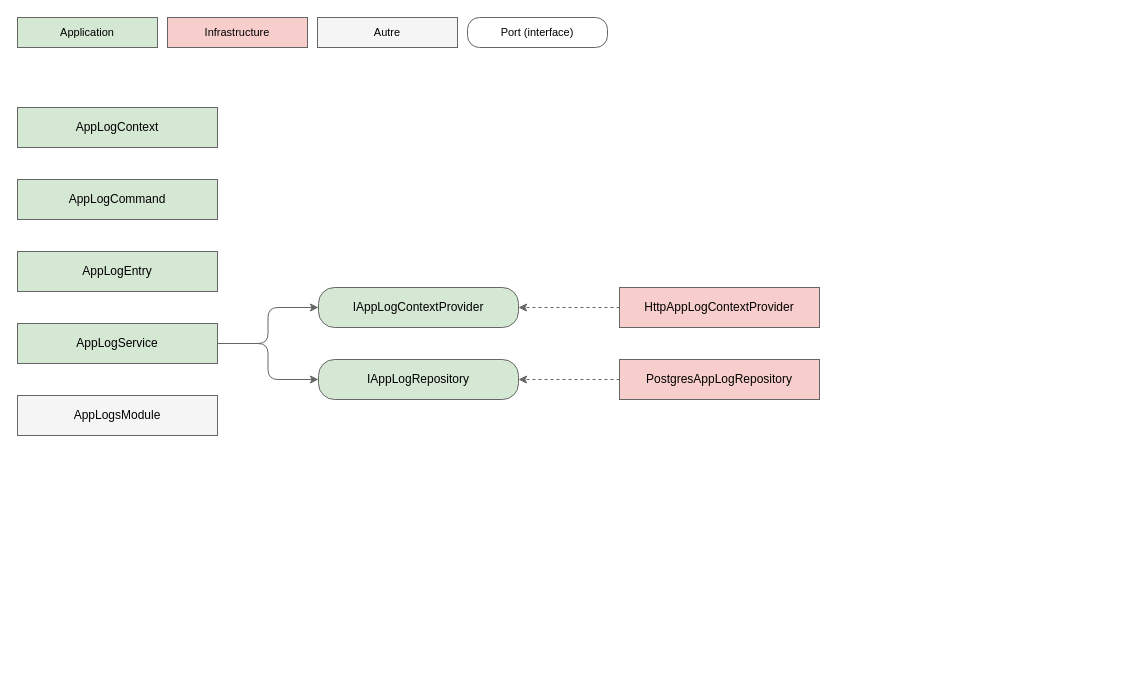
Above: api/docs/diagrams/Core/AppLogs/applogs.drawio in huiitre/Tools-app (draw.io), before the change. Source tidied: cells renumbered, new cells numbered last; positions are measured from the earlier drawing's top-left corner, leaving out a move shared by most shapes. Both pictures are drawn from the tidied source at 100%, with x=0, y=0 at pixel (17, 17).
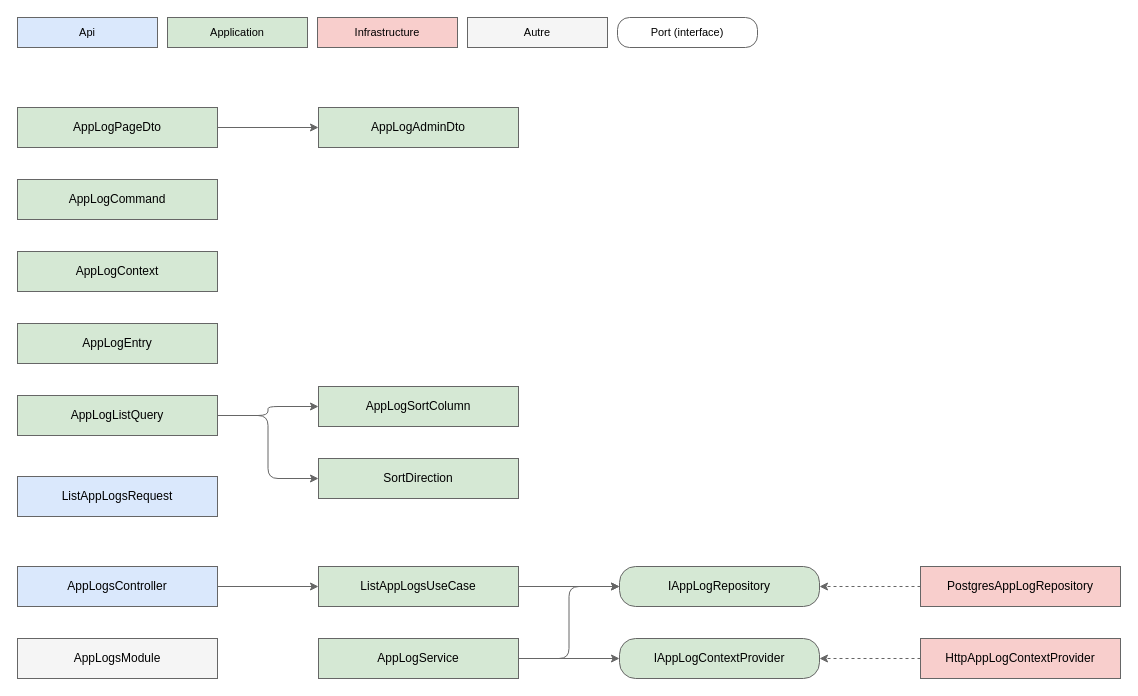
The same page after the edit.

Change to the diagram source:
```diff
@@
+    <mxCell id="19" value="Api" style="rounded=0;whiteSpace=wrap;html=1;fillColor=#dae8fc;strokeColor=#666666;fontSize=11;" parent="1" vertex="1">
+      <mxGeometry width="140" height="30" as="geometry" />
+    </mxCell>
     <mxCell id="2" value="Application" style="rounded=0;whiteSpace=wrap;html=1;fillColor=#d5e8d4;strokeColor=#666666;fontSize=11;" parent="1" vertex="1">
-      <mxGeometry width="140" height="30" as="geometry" />
+      <mxGeometry x="150" width="140" height="30" as="geometry" />
     </mxCell>
     <mxCell id="3" value="Infrastructure" style="rounded=0;whiteSpace=wrap;html=1;fillColor=#f8cecc;strokeColor=#666666;fontSize=11;" parent="1" vertex="1">
-      <mxGeometry x="150" width="140" height="30" as="geometry" />
+      <mxGeometry x="300" width="140" height="30" as="geometry" />
     </mxCell>
     <mxCell id="4" value="Autre" style="rounded=0;whiteSpace=wrap;html=1;fillColor=#f5f5f5;strokeColor=#666666;fontSize=11;" parent="1" vertex="1">
-      <mxGeometry x="300" width="140" height="30" as="geometry" />
+      <mxGeometry x="450" width="140" height="30" as="geometry" />
     </mxCell>
     <mxCell id="5" value="Port (interface)" style="rounded=1;arcSize=40;whiteSpace=wrap;html=1;fillColor=#ffffff;strokeColor=#666666;fontSize=11;dashed=0;" parent="1" vertex="1">
-      <mxGeometry x="450" width="140" height="30" as="geometry" />
+      <mxGeometry x="600" width="140" height="30" as="geometry" />
     </mxCell>
+    <mxCell id="20" value="AppLogAdminDto" style="rounded=0;whiteSpace=wrap;html=1;fillColor=#d5e8d4;strokeColor=#666666;" parent="1" vertex="1">
+      <mxGeometry x="301" y="90" width="200" height="40" as="geometry" />
+    </mxCell>
@@
     <mxCell id="7" value="AppLogContext" style="rounded=0;whiteSpace=wrap;html=1;fillColor=#d5e8d4;strokeColor=#666666;" parent="1" vertex="1">
-      <mxGeometry y="90" width="200" height="40" as="geometry" />
+      <mxGeometry y="234" width="200" height="40" as="geometry" />
     </mxCell>
     <mxCell id="8" value="AppLogEntry" style="rounded=0;whiteSpace=wrap;html=1;fillColor=#d5e8d4;strokeColor=#666666;" parent="1" vertex="1">
-      <mxGeometry y="234" width="200" height="40" as="geometry" />
+      <mxGeometry y="306" width="200" height="40" as="geometry" />
     </mxCell>
+    <mxCell id="21" value="AppLogListQuery" style="rounded=0;whiteSpace=wrap;html=1;fillColor=#d5e8d4;strokeColor=#666666;" parent="1" vertex="1">
+      <mxGeometry y="378" width="200" height="40" as="geometry" />
+    </mxCell>
+    <mxCell id="22" value="AppLogPageDto" style="rounded=0;whiteSpace=wrap;html=1;fillColor=#d5e8d4;strokeColor=#666666;" parent="1" vertex="1">
+      <mxGeometry y="90" width="200" height="40" as="geometry" />
+    </mxCell>
     <mxCell id="9" value="AppLogService" style="rounded=0;whiteSpace=wrap;html=1;fillColor=#d5e8d4;strokeColor=#666666;" parent="1" vertex="1">
-      <mxGeometry y="306" width="200" height="40" as="geometry" />
+      <mxGeometry x="301" y="621" width="200" height="40" as="geometry" />
     </mxCell>
+    <mxCell id="23" value="AppLogSortColumn" style="rounded=0;whiteSpace=wrap;html=1;fillColor=#d5e8d4;strokeColor=#666666;" parent="1" vertex="1">
+      <mxGeometry x="301" y="369" width="200" height="40" as="geometry" />
+    </mxCell>
+    <mxCell id="24" value="AppLogsController" style="rounded=0;whiteSpace=wrap;html=1;fillColor=#dae8fc;strokeColor=#666666;" parent="1" vertex="1">
+      <mxGeometry y="549" width="200" height="40" as="geometry" />
+    </mxCell>
     <mxCell id="10" value="AppLogsModule" style="rounded=0;whiteSpace=wrap;html=1;fillColor=#f5f5f5;strokeColor=#666666;" parent="1" vertex="1">
-      <mxGeometry y="378" width="200" height="40" as="geometry" />
+      <mxGeometry y="621" width="200" height="40" as="geometry" />
     </mxCell>
     <mxCell id="11" value="HttpAppLogContextProvider" style="rounded=0;whiteSpace=wrap;html=1;fillColor=#f8cecc;strokeColor=#666666;" parent="1" vertex="1">
-      <mxGeometry x="602" y="270" width="200" height="40" as="geometry" />
+      <mxGeometry x="903" y="621" width="200" height="40" as="geometry" />
     </mxCell>
     <mxCell id="12" value="IAppLogContextProvider" style="rounded=1;arcSize=40;whiteSpace=wrap;html=1;fillColor=#d5e8d4;strokeColor=#666666;" parent="1" vertex="1">
-      <mxGeometry x="301" y="270" width="200" height="40" as="geometry" />
+      <mxGeometry x="602" y="621" width="200" height="40" as="geometry" />
     </mxCell>
     <mxCell id="13" value="IAppLogRepository" style="rounded=1;arcSize=40;whiteSpace=wrap;html=1;fillColor=#d5e8d4;strokeColor=#666666;" parent="1" vertex="1">
-      <mxGeometry x="301" y="342" width="200" height="40" as="geometry" />
+      <mxGeometry x="602" y="549" width="200" height="40" as="geometry" />
     </mxCell>
+    <mxCell id="25" value="ListAppLogsRequest" style="rounded=0;whiteSpace=wrap;html=1;fillColor=#dae8fc;strokeColor=#666666;" parent="1" vertex="1">
+      <mxGeometry y="459" width="200" height="40" as="geometry" />
+    </mxCell>
+    <mxCell id="26" value="ListAppLogsUseCase" style="rounded=0;whiteSpace=wrap;html=1;fillColor=#d5e8d4;strokeColor=#666666;" parent="1" vertex="1">
+      <mxGeometry x="301" y="549" width="200" height="40" as="geometry" />
+    </mxCell>
     <mxCell id="14" value="PostgresAppLogRepository" style="rounded=0;whiteSpace=wrap;html=1;fillColor=#f8cecc;strokeColor=#666666;" parent="1" vertex="1">
-      <mxGeometry x="602" y="342" width="200" height="40" as="geometry" />
+      <mxGeometry x="903" y="549" width="200" height="40" as="geometry" />
     </mxCell>
+    <mxCell id="27" value="SortDirection" style="rounded=0;whiteSpace=wrap;html=1;fillColor=#d5e8d4;strokeColor=#666666;" parent="1" vertex="1">
+      <mxGeometry x="301" y="441" width="200" height="40" as="geometry" />
+    </mxCell>
-    <mxCell id="15" style="edgeStyle=orthogonalEdgeStyle;rounded=1;html=1;jettySize=auto;exitX=1;exitY=0.5;entryX=0;entryY=0.5;exitDx=0;exitDy=0;entryDx=0;entryDy=0;strokeColor=#666666;" parent="1" edge="1" source="9" target="12">
+    <mxCell id="15" style="edgeStyle=orthogonalEdgeStyle;rounded=1;html=1;jettySize=auto;exitX=1;exitY=0.5;entryX=0;entryY=0.5;exitDx=0;exitDy=0;entryDx=0;entryDy=0;strokeColor=#666666;" parent="1" edge="1" source="21" target="23">
       <mxGeometry relative="1" as="geometry" />
     </mxCell>
-    <mxCell id="16" style="edgeStyle=orthogonalEdgeStyle;rounded=1;html=1;jettySize=auto;exitX=1;exitY=0.5;entryX=0;entryY=0.5;exitDx=0;exitDy=0;entryDx=0;entryDy=0;strokeColor=#666666;" parent="1" edge="1" source="9" target="13">
+    <mxCell id="16" style="edgeStyle=orthogonalEdgeStyle;rounded=1;html=1;jettySize=auto;exitX=1;exitY=0.5;entryX=0;entryY=0.5;exitDx=0;exitDy=0;entryDx=0;entryDy=0;strokeColor=#666666;" parent="1" edge="1" source="21" target="27">
       <mxGeometry relative="1" as="geometry" />
     </mxCell>
-    <mxCell id="17" style="edgeStyle=orthogonalEdgeStyle;rounded=1;html=1;jettySize=auto;exitX=0;exitY=0.5;entryX=1;entryY=0.5;exitDx=0;exitDy=0;entryDx=0;entryDy=0;strokeColor=#666666;dashed=1;" parent="1" edge="1" source="11" target="12">
+    <mxCell id="17" style="edgeStyle=orthogonalEdgeStyle;rounded=1;html=1;jettySize=auto;exitX=1;exitY=0.5;entryX=0;entryY=0.5;exitDx=0;exitDy=0;entryDx=0;entryDy=0;strokeColor=#666666;" parent="1" edge="1" source="22" target="20">
       <mxGeometry relative="1" as="geometry" />
     </mxCell>
-    <mxCell id="18" style="edgeStyle=orthogonalEdgeStyle;rounded=1;html=1;jettySize=auto;exitX=0;exitY=0.5;entryX=1;entryY=0.5;exitDx=0;exitDy=0;entryDx=0;entryDy=0;strokeColor=#666666;dashed=1;" parent="1" edge="1" source="14" target="13">
+    <mxCell id="18" style="edgeStyle=orthogonalEdgeStyle;rounded=1;html=1;jettySize=auto;exitX=1;exitY=0.5;entryX=0;entryY=0.5;exitDx=0;exitDy=0;entryDx=0;entryDy=0;strokeColor=#666666;" parent="1" edge="1" source="9" target="12">
       <mxGeometry relative="1" as="geometry" />
     </mxCell>
+    <mxCell id="28" style="edgeStyle=orthogonalEdgeStyle;rounded=1;html=1;jettySize=auto;exitX=1;exitY=0.5;entryX=0;entryY=0.5;exitDx=0;exitDy=0;entryDx=0;entryDy=0;strokeColor=#666666;" parent="1" edge="1" source="9" target="13">
+      <mxGeometry relative="1" as="geometry" />
+    </mxCell>
+    <mxCell id="29" style="edgeStyle=orthogonalEdgeStyle;rounded=1;html=1;jettySize=auto;exitX=1;exitY=0.5;entryX=0;entryY=0.5;exitDx=0;exitDy=0;entryDx=0;entryDy=0;strokeColor=#666666;" parent="1" edge="1" source="24" target="26">
+      <mxGeometry relative="1" as="geometry" />
+    </mxCell>
+    <mxCell id="30" style="edgeStyle=orthogonalEdgeStyle;rounded=1;html=1;jettySize=auto;exitX=0;exitY=0.5;entryX=1;entryY=0.5;exitDx=0;exitDy=0;entryDx=0;entryDy=0;strokeColor=#666666;dashed=1;" parent="1" edge="1" source="11" target="12">
+      <mxGeometry relative="1" as="geometry" />
+    </mxCell>
+    <mxCell id="31" style="edgeStyle=orthogonalEdgeStyle;rounded=1;html=1;jettySize=auto;exitX=1;exitY=0.5;entryX=0;entryY=0.5;exitDx=0;exitDy=0;entryDx=0;entryDy=0;strokeColor=#666666;" parent="1" edge="1" source="26" target="13">
+      <mxGeometry relative="1" as="geometry" />
+    </mxCell>
+    <mxCell id="32" style="edgeStyle=orthogonalEdgeStyle;rounded=1;html=1;jettySize=auto;exitX=0;exitY=0.5;entryX=1;entryY=0.5;exitDx=0;exitDy=0;entryDx=0;entryDy=0;strokeColor=#666666;dashed=1;" parent="1" edge="1" source="14" target="13">
+      <mxGeometry relative="1" as="geometry" />
+    </mxCell>
```
